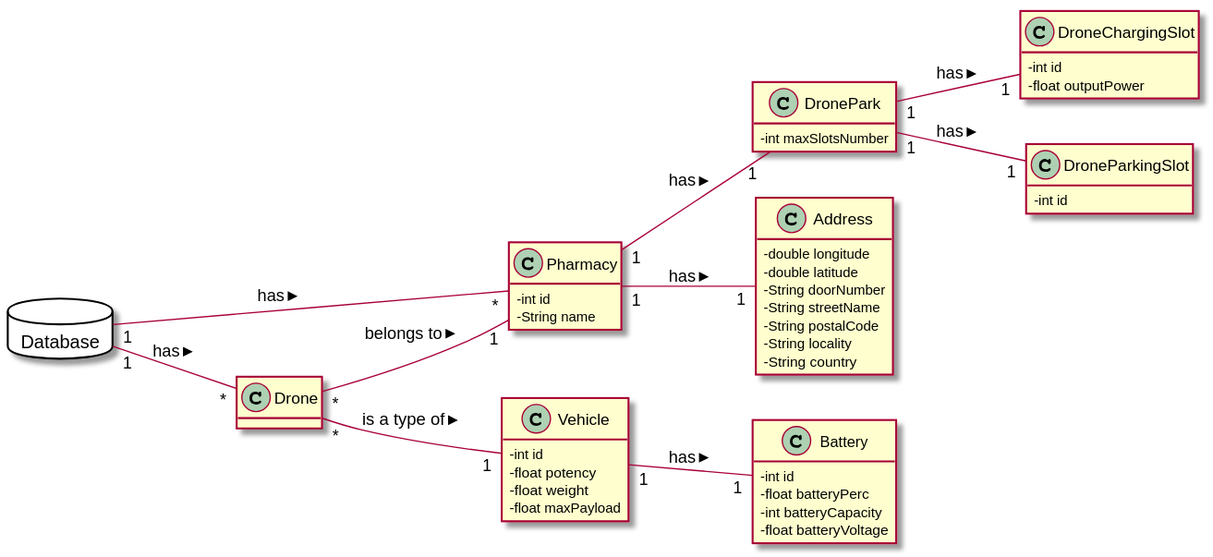
The PlantUML diagram docs/Iteration 2/Drone Management/US194_RemoveDrone/US194_DM.svg in tiagoavcosta25/LAPR3, before a commit.
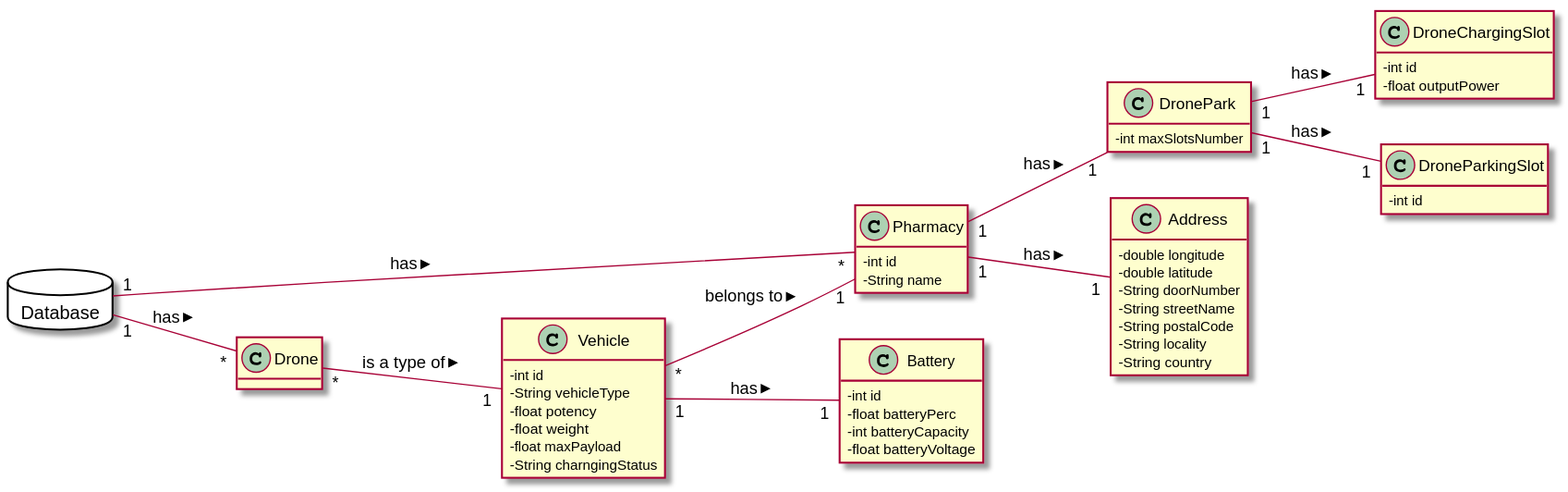
After the commit.

Commit message:
LAPR2AP2-263 #close Remove Drone [Analysis]

The edit, as a diff of the source:
```diff
@@ -29,9 +29,11 @@
 
 class Vehicle{
   -int id
+  -String vehicleType
   -float potency
   -float weight
   -float maxPayload
+  -String charngingStatus
 }
 
 class Battery{
@@ -55,7 +57,7 @@
 
 Database "1" -- "*" Pharmacy : has >
 Database "1" -- "*" Drone : has >
-Drone "*" -- "1" Pharmacy : belongs to >
+Vehicle "*" -- "1" Pharmacy : belongs to >
 Drone "*" -- "1" Vehicle : is a type of >
 Vehicle "1" -- "1" Battery : has >
 Pharmacy "1" -- "1" Address : has >
```
